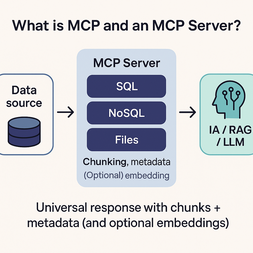
Above: docs/images/mcp.png in accentureshark/melian (PlantUML), before the change. Its source is kept beside it as mcp.puml.
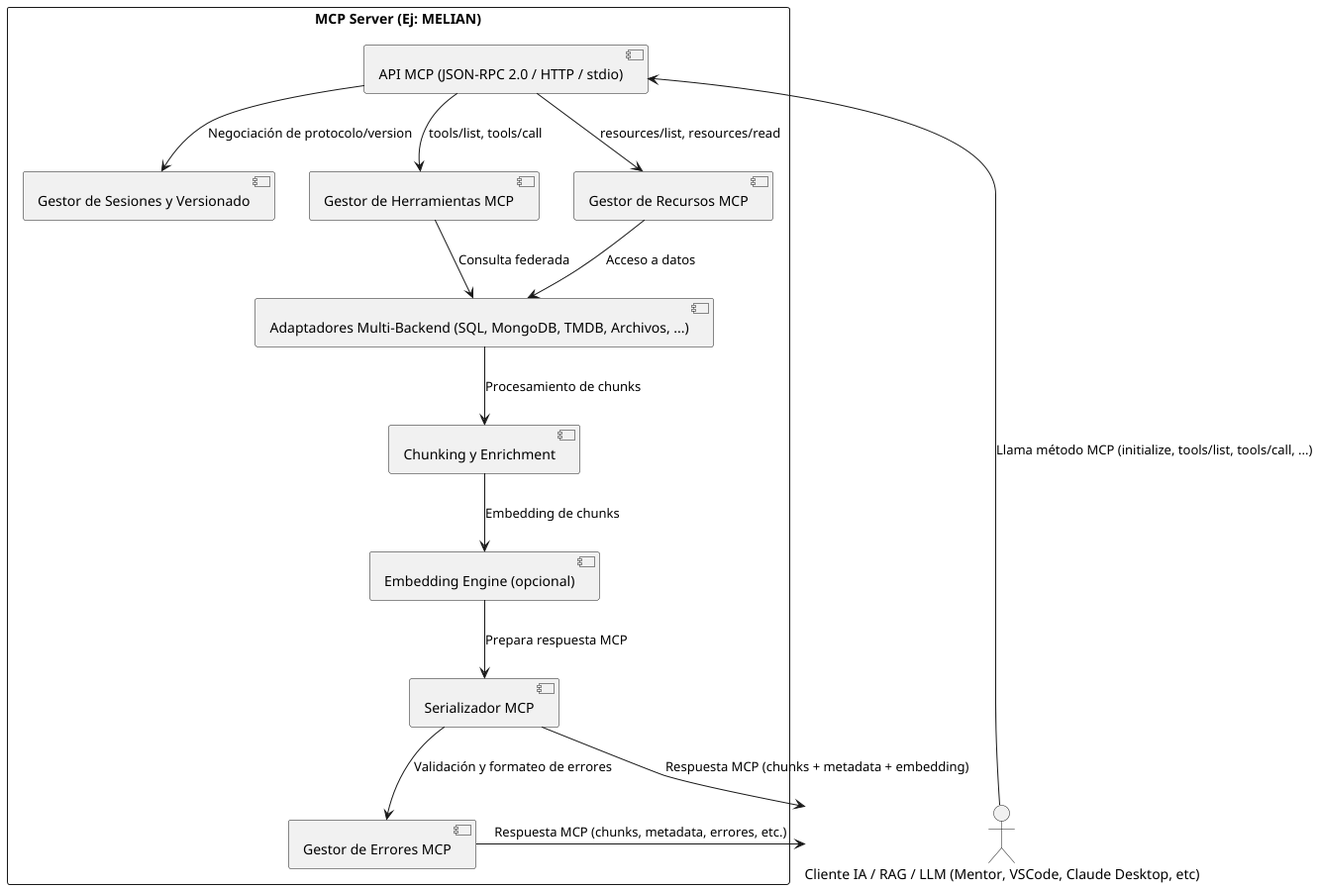
After the commit.

Commit message:
feat(mcp): enhance MCP server with multi-backend support and detailed tool/resource listings

What changed in the source:
```diff
@@ -1,18 +1,28 @@
 @startuml
-actor "Cliente IA / RAG / LLM" as client
+actor "Cliente IA / RAG / LLM (Mentor, VSCode, Claude Desktop, etc)" as client
 
 rectangle "MCP Server (Ej: MELIAN)" {
-  [API MCP (REST/HTTP)]
-  [Adapter SQL/FS/API/NoSQL/...]
+  [API MCP (JSON-RPC 2.0 / HTTP / stdio)]
+  [Gestor de Sesiones y Versionado]
+  [Gestor de Herramientas MCP]
+  [Gestor de Recursos MCP]
+  [Adaptadores Multi-Backend (SQL, MongoDB, TMDB, Archivos, ...)]
   [Chunking y Enrichment]
   [Embedding Engine (opcional)]
   [Serializador MCP]
+  [Gestor de Errores MCP]
 }
 
-client --> [API MCP (REST/HTTP)] : Consulta (NLQ/SQL/Filter)
-[API MCP (REST/HTTP)] --> [Adapter SQL/FS/API/NoSQL/...]
-[Adapter SQL/FS/API/NoSQL/...] --> [Chunking y Enrichment]
-[Chunking y Enrichment] --> [Embedding Engine (opcional)]
-[Embedding Engine (opcional)] --> [Serializador MCP]
+client --> [API MCP (JSON-RPC 2.0 / HTTP / stdio)] : Llama método MCP (initialize, tools/list, tools/call, ...)
+[API MCP (JSON-RPC 2.0 / HTTP / stdio)] --> [Gestor de Sesiones y Versionado] : Negociación de protocolo/version
+[API MCP (JSON-RPC 2.0 / HTTP / stdio)] --> [Gestor de Herramientas MCP] : tools/list, tools/call
+[API MCP (JSON-RPC 2.0 / HTTP / stdio)] --> [Gestor de Recursos MCP] : resources/list, resources/read
+[Gestor de Herramientas MCP] --> [Adaptadores Multi-Backend (SQL, MongoDB, TMDB, Archivos, ...)] : Consulta federada
+[Gestor de Recursos MCP] --> [Adaptadores Multi-Backend (SQL, MongoDB, TMDB, Archivos, ...)] : Acceso a datos
+[Adaptadores Multi-Backend (SQL, MongoDB, TMDB, Archivos, ...)] --> [Chunking y Enrichment] : Procesamiento de chunks
+[Chunking y Enrichment] --> [Embedding Engine (opcional)] : Embedding de chunks
+[Embedding Engine (opcional)] --> [Serializador MCP] : Prepara respuesta MCP
+[Serializador MCP] --> [Gestor de Errores MCP] : Validación y formateo de errores
+[Gestor de Errores MCP] --> client : Respuesta MCP (chunks, metadata, errores, etc.)
 [Serializador MCP] --> client : Respuesta MCP (chunks + metadata + embedding)
 @enduml
```
